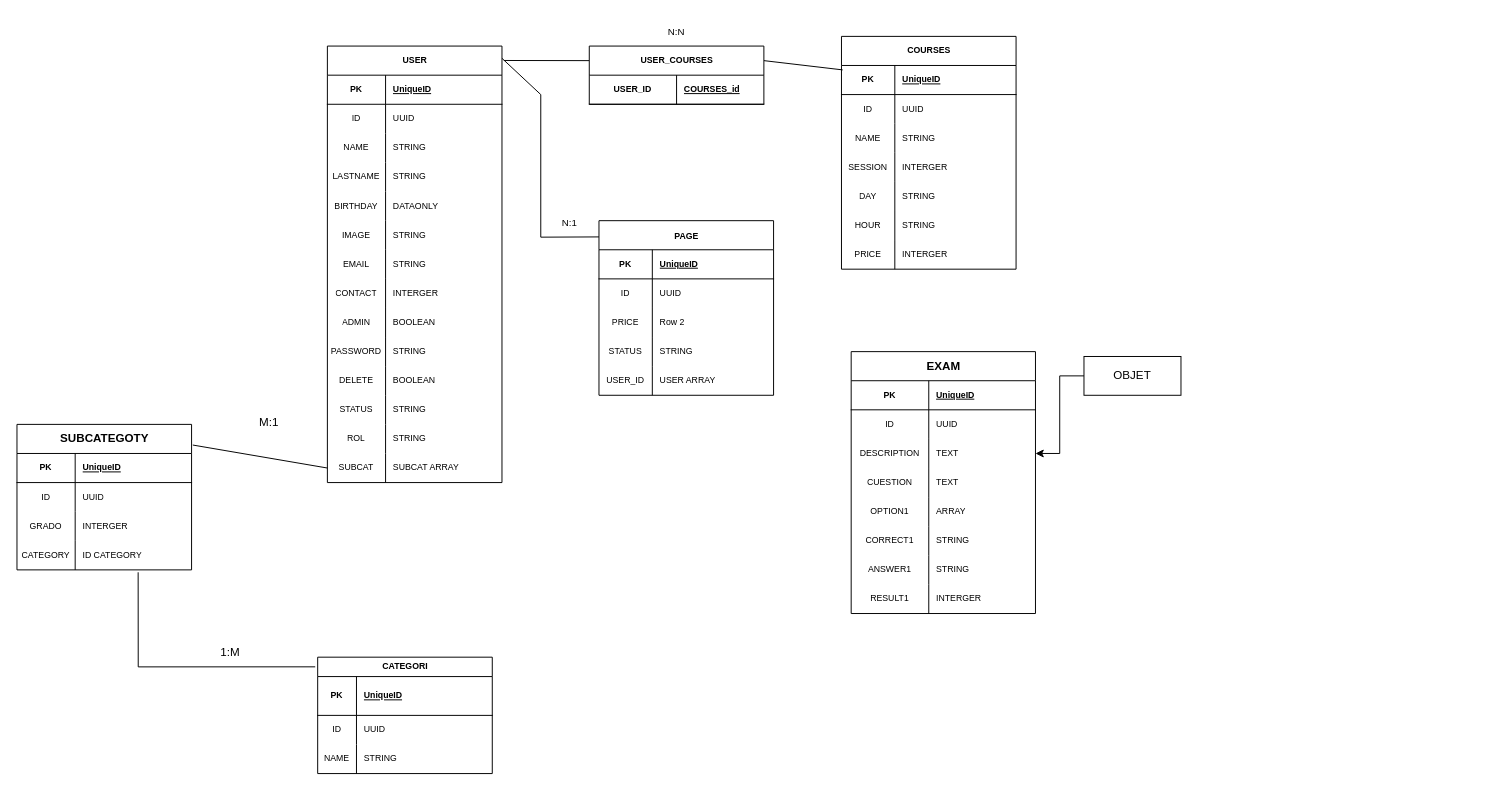
Before: Diagrama sin título.drawio in AndresAndrada/AndresAndrada, a draw.io diagram. Source tidied: cells renumbered, new cells numbered last; positions are measured from the earlier drawing's top-left corner, leaving out a move shared by most shapes. Both pictures are drawn from the tidied source at 97%, with x=0, y=0 at pixel (16, 16).
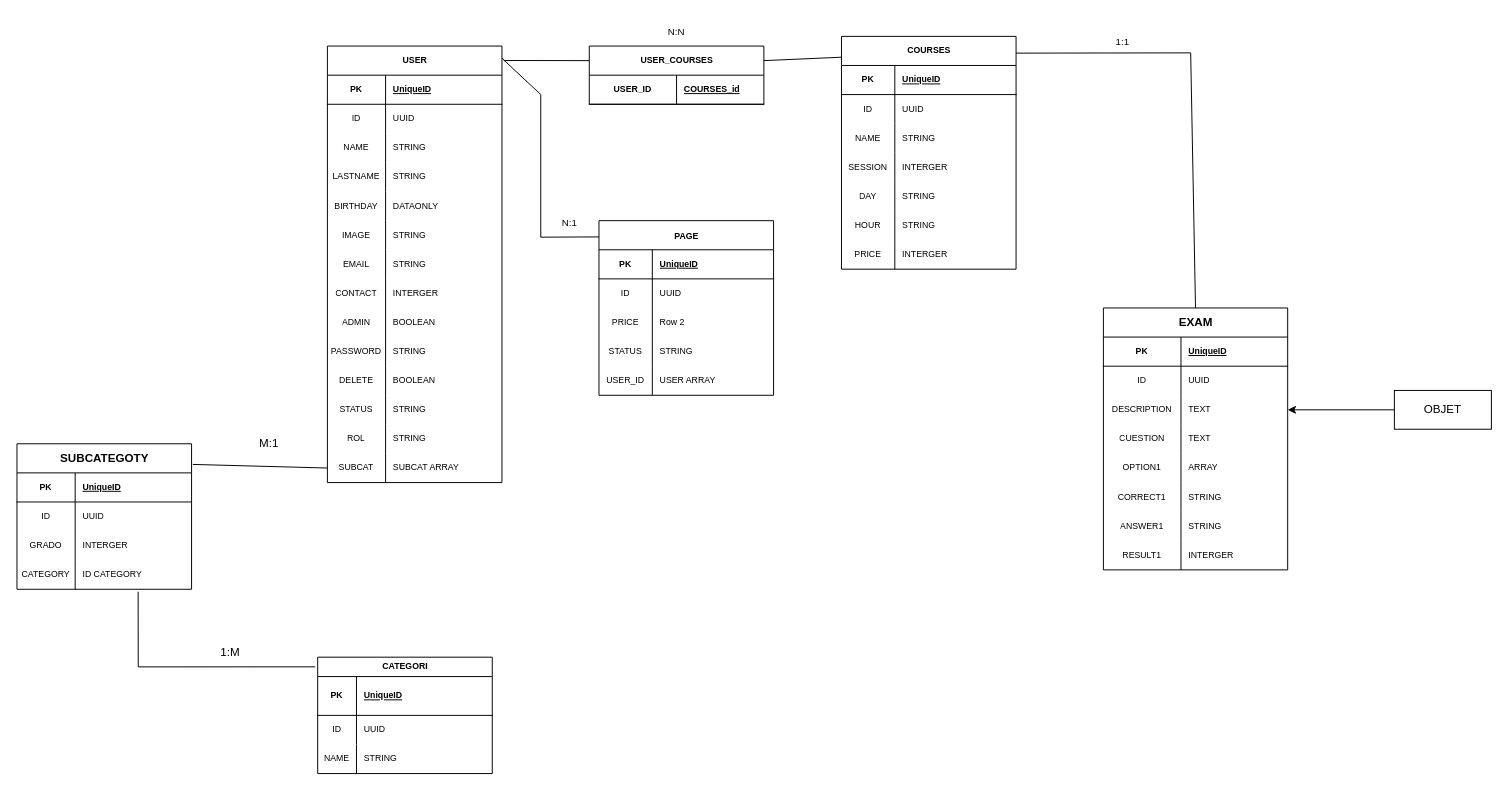
Above is the later version.

Unchanged cells that the change refers to:
```xml
<mxCell id="47" value="COURSES" style="shape=table;startSize=30;childLayout=tableLayout;rowLines=0;fontStyle=1;align=center;html=1;fontSize=9;" parent="1" vertex="1">
  <mxGeometry x="850" y="20" width="180" height="240" as="geometry" />
</mxCell>
<mxCell id="82" value="USER_COURSES" style="shape=table;startSize=30;childLayout=tableLayout;rowLines=0;fontStyle=1;align=center;html=1;fontSize=9;" parent="1" vertex="1">
  <mxGeometry x="590" y="30" width="180" height="60" as="geometry" />
</mxCell>
```

What changed in the source:
```diff
@@
-    <mxCell id="2" style="endArrow=none;html=1;rounded=0;exitX=1;exitY=0.25;exitDx=0;exitDy=0;entryX=0.007;entryY=0.144;entryDx=0;entryDy=0;entryPerimeter=0;" parent="1" edge="1" source="82" target="47">
+    <mxCell id="2" style="endArrow=none;html=1;rounded=0;exitX=1;exitY=0.25;exitDx=0;exitDy=0;entryX=0.014;entryY=0.089;entryDx=0;entryDy=0;entryPerimeter=0;" parent="1" edge="1" source="82" target="47">
       <mxGeometry relative="1" as="geometry" />
     </mxCell>
@@
     <mxCell id="81" value="M:1" style="text;strokeColor=none;align=center;fillColor=none;html=1;verticalAlign=middle;whiteSpace=wrap;rounded=0;" parent="1" vertex="1">
-      <mxGeometry x="230" y="403" width="60" height="30" as="geometry" />
+      <mxGeometry x="230" y="425" width="60" height="30" as="geometry" />
     </mxCell>
@@
     <mxCell id="104" value="EXAM" style="shape=table;startSize=30;childLayout=tableLayout;rowLines=0;fontStyle=1;align=center;html=1;" parent="1" vertex="1">
-      <mxGeometry x="860" y="345" width="190" height="270" as="geometry" />
+      <mxGeometry x="1120" y="300" width="190" height="270" as="geometry" />
     </mxCell>
@@
     <mxCell id="130" value="OBJET" style="whiteSpace=wrap;html=1;align=center;" parent="1" vertex="1">
-      <mxGeometry x="1100" y="350" width="100" height="40" as="geometry" />
+      <mxGeometry x="1420" y="385" width="100" height="40" as="geometry" />
     </mxCell>
     <mxCell id="131" value="SUBCATEGOTY" style="shape=table;startSize=30;childLayout=tableLayout;rowLines=0;fontStyle=1;align=center;html=1;" parent="1" vertex="1">
-      <mxGeometry y="420" width="180" height="150" as="geometry" />
+      <mxGeometry y="440" width="180" height="150" as="geometry" />
     </mxCell>
@@
+    <mxCell id="146" style="endArrow=none;html=1;rounded=0;exitX=0.5;exitY=0;exitDx=0;exitDy=0;entryX=1;entryY=0.072;entryDx=0;entryDy=0;entryPerimeter=0;" parent="1" edge="1" source="104" target="47">
+      <mxGeometry relative="1" as="geometry">
+        <Array as="points">
+          <mxPoint x="1210" y="37" />
+        </Array>
+      </mxGeometry>
+    </mxCell>
+    <mxCell id="147" value="1:1" style="text;strokeColor=none;align=center;fillColor=none;html=1;verticalAlign=middle;whiteSpace=wrap;rounded=0;fontSize=10;" parent="1" vertex="1">
+      <mxGeometry x="1110" y="10" width="60" height="30" as="geometry" />
+    </mxCell>
```
